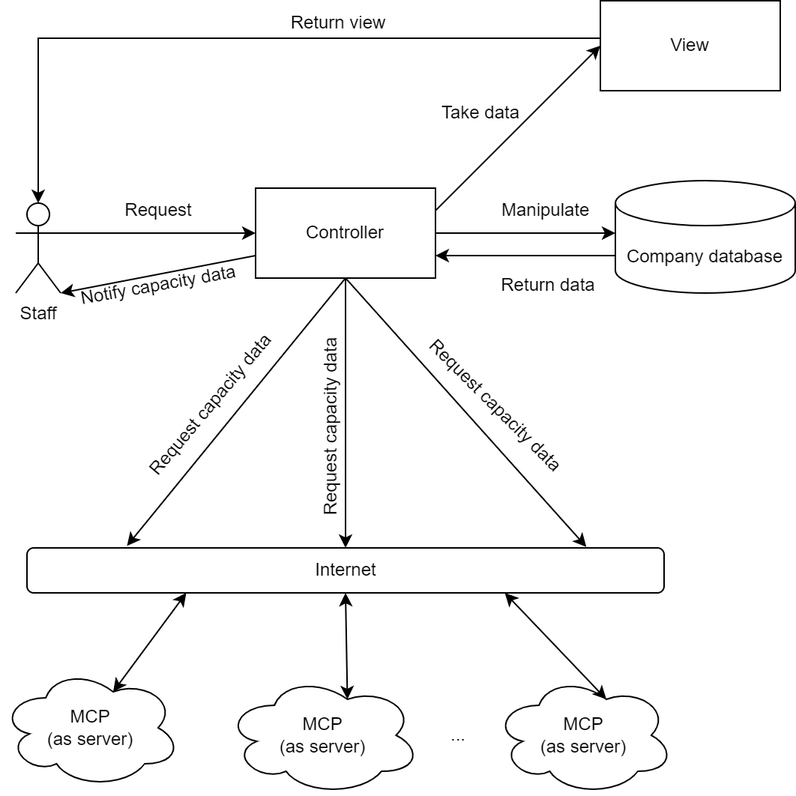
Before: report/imgs/architecture design.png, a diagram exported from draw.io (thoaikun/UWC-2.0). Source tidied: cells renumbered, new cells last; positions are measured from the earlier drawing's top-left corner, leaving out a move shared by most shapes. Source of this version:
```xml
<mxGraphModel>
  <root>
    <mxCell id="0" />
    <mxCell id="1" parent="0" />
    <mxCell id="2" style="rounded=0;jettySize=auto;html=1;entryX=0;entryY=0.5;entryDx=0;entryDy=0;exitX=1;exitY=0.3333333333333333;exitDx=0;exitDy=0;exitPerimeter=0;" parent="1" edge="1" source="3" target="8">
      <mxGeometry relative="1" as="geometry" />
    </mxCell>
    <mxCell id="3" value="Staff" style="shape=umlActor;verticalLabelPosition=bottom;verticalAlign=top;html=1;outlineConnect=0;" parent="1" vertex="1">
      <mxGeometry x="10" y="135" width="30" height="60" as="geometry" />
    </mxCell>
    <mxCell id="4" style="edgeStyle=none;rounded=0;jettySize=auto;html=1;exitX=1;exitY=0.25;exitDx=0;exitDy=0;entryX=0;entryY=0.5;entryDx=0;entryDy=0;" parent="1" edge="1" source="8" target="11">
      <mxGeometry relative="1" as="geometry" />
    </mxCell>
    <mxCell id="5" style="edgeStyle=none;rounded=0;jettySize=auto;html=1;exitX=0.5;exitY=1;exitDx=0;exitDy=0;entryX=0.157;entryY=-0.044;entryDx=0;entryDy=0;entryPerimeter=0;" parent="1" edge="1" source="8" target="24">
      <mxGeometry relative="1" as="geometry" />
    </mxCell>
    <mxCell id="6" style="edgeStyle=none;rounded=0;jettySize=auto;html=1;exitX=0.5;exitY=1;exitDx=0;exitDy=0;entryX=0.5;entryY=0;entryDx=0;entryDy=0;" parent="1" edge="1" source="8" target="24">
      <mxGeometry relative="1" as="geometry" />
    </mxCell>
    <mxCell id="7" style="edgeStyle=none;rounded=0;jettySize=auto;html=1;exitX=0.5;exitY=1;exitDx=0;exitDy=0;entryX=0.878;entryY=-0.022;entryDx=0;entryDy=0;entryPerimeter=0;" parent="1" edge="1" source="8" target="24">
      <mxGeometry relative="1" as="geometry" />
    </mxCell>
    <mxCell id="8" value="Controller" style="rounded=0;whiteSpace=wrap;html=1;" parent="1" vertex="1">
      <mxGeometry x="170" y="125" width="120" height="60" as="geometry" />
    </mxCell>
    <mxCell id="9" style="endArrow=classic;html=1;rounded=0;exitX=1;exitY=0.5;exitDx=0;exitDy=0;" parent="1" edge="1" source="8">
      <mxGeometry relative="1" as="geometry">
        <mxPoint x="410" y="155" as="targetPoint" />
      </mxGeometry>
    </mxCell>
    <mxCell id="10" style="edgeStyle=none;rounded=0;jettySize=auto;html=1;exitX=0;exitY=0.5;exitDx=0;exitDy=0;entryX=0.5;entryY=0;entryDx=0;entryDy=0;entryPerimeter=0;" parent="1" edge="1" source="11" target="3">
      <mxGeometry relative="1" as="geometry">
        <Array as="points">
          <mxPoint x="440" y="25" />
          <mxPoint x="25" y="25" />
          <mxPoint x="25" y="45" />
        </Array>
      </mxGeometry>
    </mxCell>
    <mxCell id="11" value="View" style="rounded=0;whiteSpace=wrap;html=1;" parent="1" vertex="1">
      <mxGeometry x="400" width="120" height="60" as="geometry" />
    </mxCell>
    <mxCell id="12" value="Company database" style="shape=cylinder3;whiteSpace=wrap;html=1;boundedLbl=1;backgroundOutline=1;size=15;" parent="1" vertex="1">
      <mxGeometry x="410" y="120" width="120" height="75" as="geometry" />
    </mxCell>
    <mxCell id="13" style="endArrow=classic;html=1;rounded=0;entryX=1;entryY=0.75;entryDx=0;entryDy=0;" parent="1" edge="1" target="8">
      <mxGeometry relative="1" as="geometry">
        <mxPoint x="410" y="170" as="sourcePoint" />
      </mxGeometry>
    </mxCell>
    <mxCell id="14" value="Request" style="text;html=1;align=center;verticalAlign=middle;strokeColor=none;fillColor=none;" parent="1" vertex="1">
      <mxGeometry x="70" y="125" width="70" height="30" as="geometry" />
    </mxCell>
    <mxCell id="15" value="Manipulate&amp;nbsp;" style="text;html=1;align=center;verticalAlign=middle;strokeColor=none;fillColor=none;" parent="1" vertex="1">
      <mxGeometry x="320" y="125" width="90" height="30" as="geometry" />
    </mxCell>
    <mxCell id="16" value="Return data" style="text;html=1;align=center;verticalAlign=middle;points=[];strokeColor=none;fillColor=none;" parent="1" vertex="1">
      <mxGeometry x="320" y="175" width="90" height="30" as="geometry" />
    </mxCell>
    <mxCell id="17" value="Take data" style="text;html=1;align=center;verticalAlign=middle;points=[];strokeColor=none;fillColor=none;" parent="1" vertex="1">
      <mxGeometry x="280" y="60" width="80" height="30" as="geometry" />
    </mxCell>
    <mxCell id="18" value="Return view" style="text;html=1;align=center;verticalAlign=middle;points=[];strokeColor=none;fillColor=none;" parent="1" vertex="1">
      <mxGeometry x="180" width="90" height="30" as="geometry" />
    </mxCell>
    <mxCell id="19" value="MCP&lt;br&gt;&amp;nbsp;(as server)&amp;nbsp;" style="ellipse;shape=cloud;whiteSpace=wrap;html=1;" parent="1" vertex="1">
      <mxGeometry y="445" width="120" height="80" as="geometry" />
    </mxCell>
    <mxCell id="20" value="MCP&lt;br&gt;&amp;nbsp;(as server)&amp;nbsp;" style="ellipse;shape=cloud;whiteSpace=wrap;html=1;" parent="1" vertex="1">
      <mxGeometry x="150" y="450" width="130" height="80" as="geometry" />
    </mxCell>
    <mxCell id="21" value="MCP&lt;br&gt;&amp;nbsp;(as server)&amp;nbsp;" style="ellipse;shape=cloud;whiteSpace=wrap;html=1;" parent="1" vertex="1">
      <mxGeometry x="329" y="450" width="120" height="80" as="geometry" />
    </mxCell>
    <mxCell id="22" value="..." style="text;html=1;align=center;verticalAlign=middle;strokeColor=none;fillColor=none;" parent="1" vertex="1">
      <mxGeometry x="290" y="475" width="30" height="30" as="geometry" />
    </mxCell>
    <mxCell id="23" style="edgeStyle=none;rounded=0;jettySize=auto;html=1;exitX=0.75;exitY=1;exitDx=0;exitDy=0;entryX=0.625;entryY=0.2;entryDx=0;entryDy=0;entryPerimeter=0;startArrow=classic;startFill=1;" parent="1" edge="1" source="24" target="21">
      <mxGeometry relative="1" as="geometry" />
    </mxCell>
    <mxCell id="24" value="Internet" style="rounded=1;whiteSpace=wrap;html=1;" parent="1" vertex="1">
      <mxGeometry x="17.5" y="365" width="425" height="30" as="geometry" />
    </mxCell>
    <mxCell id="25" style="endArrow=classic;startArrow=classic;html=1;rounded=0;exitX=0.625;exitY=0.2;exitDx=0;exitDy=0;exitPerimeter=0;entryX=0.25;entryY=1;entryDx=0;entryDy=0;" parent="1" edge="1" source="19" target="24">
      <mxGeometry relative="1" as="geometry" />
    </mxCell>
    <mxCell id="26" value="Request capacity data" style="text;html=1;align=center;verticalAlign=middle;strokeColor=none;fillColor=none;rotation=-50;" parent="1" vertex="1">
      <mxGeometry x="70" y="255" width="140" height="30" as="geometry" />
    </mxCell>
    <mxCell id="27" style="endArrow=classic;startArrow=classic;html=1;rounded=0;exitX=0.625;exitY=0.2;exitDx=0;exitDy=0;exitPerimeter=0;entryX=0.5;entryY=1;entryDx=0;entryDy=0;" parent="1" edge="1" source="20" target="24">
      <mxGeometry relative="1" as="geometry" />
    </mxCell>
    <mxCell id="28" style="edgeStyle=none;rounded=0;orthogonalLoop=1;jettySize=auto;html=1;exitX=0;exitY=0;exitDx=0;exitDy=15;exitPerimeter=0;startArrow=classic;startFill=1;" parent="1" edge="1" source="12" target="12">
      <mxGeometry relative="1" as="geometry" />
    </mxCell>
    <mxCell id="29" style="endArrow=classic;html=1;rounded=0;exitX=0;exitY=0.75;exitDx=0;exitDy=0;entryX=1;entryY=1;entryDx=0;entryDy=0;entryPerimeter=0;" parent="1" edge="1" source="8" target="3">
      <mxGeometry relative="1" as="geometry" />
    </mxCell>
    <mxCell id="30" value="Notify capacity data" style="text;html=1;align=center;verticalAlign=middle;strokeColor=none;fillColor=none;rotation=-10;" parent="1" vertex="1">
      <mxGeometry x="40" y="175" width="130" height="30" as="geometry" />
    </mxCell>
    <mxCell id="31" value="Request capacity data" style="text;html=1;align=center;verticalAlign=middle;strokeColor=none;fillColor=none;rotation=-90;" parent="1" vertex="1">
      <mxGeometry x="150" y="269.8" width="140" height="30" as="geometry" />
    </mxCell>
    <mxCell id="32" value="Request capacity data" style="text;html=1;align=center;verticalAlign=middle;strokeColor=none;fillColor=none;rotation=45;" parent="1" vertex="1">
      <mxGeometry x="260" y="255" width="140" height="30" as="geometry" />
    </mxCell>
  </root>
</mxGraphModel>
```
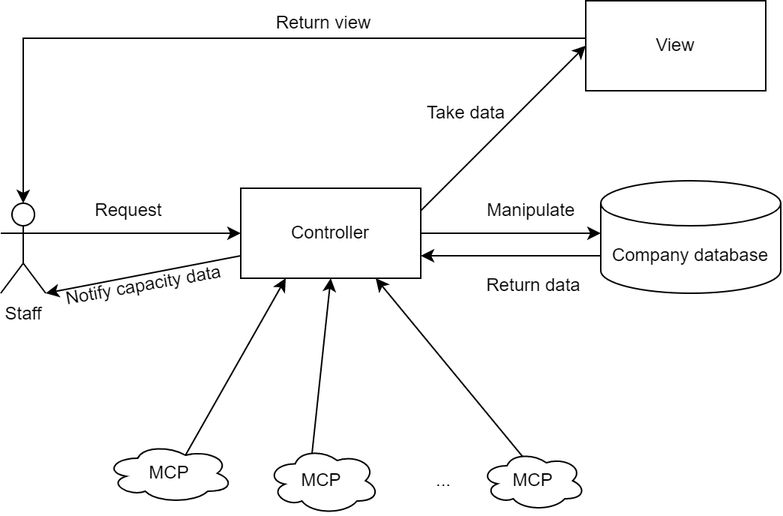
Above is the later version.

Commit message:
update architecture design, update description table

Diff of the diagram source:
```diff
@@ -2,108 +2,87 @@
   <root>
     <mxCell id="0" />
     <mxCell id="1" parent="0" />
-    <mxCell id="2" style="rounded=0;jettySize=auto;html=1;entryX=0;entryY=0.5;entryDx=0;entryDy=0;exitX=1;exitY=0.3333333333333333;exitDx=0;exitDy=0;exitPerimeter=0;" parent="1" edge="1" source="3" target="8">
+    <mxCell id="2" style="rounded=0;jettySize=auto;html=1;entryX=0;entryY=0.5;entryDx=0;entryDy=0;exitX=1;exitY=0.3333333333333333;exitDx=0;exitDy=0;exitPerimeter=0;" parent="1" edge="1" source="3" target="5">
       <mxGeometry relative="1" as="geometry" />
     </mxCell>
     <mxCell id="3" value="Staff" style="shape=umlActor;verticalLabelPosition=bottom;verticalAlign=top;html=1;outlineConnect=0;" parent="1" vertex="1">
       <mxGeometry x="10" y="135" width="30" height="60" as="geometry" />
     </mxCell>
-    <mxCell id="4" style="edgeStyle=none;rounded=0;jettySize=auto;html=1;exitX=1;exitY=0.25;exitDx=0;exitDy=0;entryX=0;entryY=0.5;entryDx=0;entryDy=0;" parent="1" edge="1" source="8" target="11">
+    <mxCell id="4" style="edgeStyle=none;rounded=0;jettySize=auto;html=1;exitX=1;exitY=0.25;exitDx=0;exitDy=0;entryX=0;entryY=0.5;entryDx=0;entryDy=0;" parent="1" edge="1" source="5" target="8">
       <mxGeometry relative="1" as="geometry" />
     </mxCell>
-    <mxCell id="5" style="edgeStyle=none;rounded=0;jettySize=auto;html=1;exitX=0.5;exitY=1;exitDx=0;exitDy=0;entryX=0.157;entryY=-0.044;entryDx=0;entryDy=0;entryPerimeter=0;" parent="1" edge="1" source="8" target="24">
-      <mxGeometry relative="1" as="geometry" />
+    <mxCell id="5" value="Controller" style="rounded=0;whiteSpace=wrap;html=1;" parent="1" vertex="1">
+      <mxGeometry x="170" y="125" width="120" height="60" as="geometry" />
     </mxCell>
-    <mxCell id="6" style="edgeStyle=none;rounded=0;jettySize=auto;html=1;exitX=0.5;exitY=1;exitDx=0;exitDy=0;entryX=0.5;entryY=0;entryDx=0;entryDy=0;" parent="1" edge="1" source="8" target="24">
-      <mxGeometry relative="1" as="geometry" />
+    <mxCell id="6" style="endArrow=classic;html=1;rounded=0;exitX=1;exitY=0.5;exitDx=0;exitDy=0;" parent="1" edge="1" source="5">
+      <mxGeometry relative="1" as="geometry">
+        <mxPoint x="410" y="155" as="targetPoint" />
+      </mxGeometry>
     </mxCell>
-    <mxCell id="7" style="edgeStyle=none;rounded=0;jettySize=auto;html=1;exitX=0.5;exitY=1;exitDx=0;exitDy=0;entryX=0.878;entryY=-0.022;entryDx=0;entryDy=0;entryPerimeter=0;" parent="1" edge="1" source="8" target="24">
-      <mxGeometry relative="1" as="geometry" />
+    <mxCell id="7" style="edgeStyle=none;rounded=0;jettySize=auto;html=1;exitX=0;exitY=0.5;exitDx=0;exitDy=0;entryX=0.5;entryY=0;entryDx=0;entryDy=0;entryPerimeter=0;" parent="1" edge="1" source="8" target="3">
+      <mxGeometry relative="1" as="geometry">
+        <Array as="points">
+          <mxPoint x="440" y="25" />
+          <mxPoint x="25" y="25" />
+          <mxPoint x="25" y="45" />
+        </Array>
+      </mxGeometry>
     </mxCell>
-    <mxCell id="8" value="Controller" style="rounded=0;whiteSpace=wrap;html=1;" parent="1" vertex="1">
-      <mxGeometry x="170" y="125" width="120" height="60" as="geometry" />
+    <mxCell id="8" value="View" style="rounded=0;whiteSpace=wrap;html=1;" parent="1" vertex="1">
+      <mxGeometry x="400" width="120" height="60" as="geometry" />
     </mxCell>
-    <mxCell id="9" style="endArrow=classic;html=1;rounded=0;exitX=1;exitY=0.5;exitDx=0;exitDy=0;" parent="1" edge="1" source="8">
-      <mxGeometry relative="1" as="geometry">
-        <mxPoint x="410" y="155" as="targetPoint" />
-      </mxGeometry>
+    <mxCell id="9" value="Company database" style="shape=cylinder3;whiteSpace=wrap;html=1;boundedLbl=1;backgroundOutline=1;size=15;" parent="1" vertex="1">
+      <mxGeometry x="410" y="120" width="120" height="75" as="geometry" />
     </mxCell>
-    <mxCell id="10" style="edgeStyle=none;rounded=0;jettySize=auto;html=1;exitX=0;exitY=0.5;exitDx=0;exitDy=0;entryX=0.5;entryY=0;entryDx=0;entryDy=0;entryPerimeter=0;" parent="1" edge="1" source="11" target="3">
+    <mxCell id="10" style="endArrow=classic;html=1;rounded=0;entryX=1;entryY=0.75;entryDx=0;entryDy=0;" parent="1" edge="1" target="5">
       <mxGeometry relative="1" as="geometry">
-        <Array as="points">
-          <mxPoint x="440" y="25" />
-          <mxPoint x="25" y="25" />
-          <mxPoint x="25" y="45" />
-        </Array>
+        <mxPoint x="410" y="170" as="sourcePoint" />
       </mxGeometry>
     </mxCell>
-    <mxCell id="11" value="View" style="rounded=0;whiteSpace=wrap;html=1;" parent="1" vertex="1">
-      <mxGeometry x="400" width="120" height="60" as="geometry" />
+    <mxCell id="11" value="Request" style="text;html=1;align=center;verticalAlign=middle;points=[];strokeColor=none;fillColor=none;" parent="1" vertex="1">
+      <mxGeometry x="60" y="125" width="70" height="30" as="geometry" />
     </mxCell>
-    <mxCell id="12" value="Company database" style="shape=cylinder3;whiteSpace=wrap;html=1;boundedLbl=1;backgroundOutline=1;size=15;" parent="1" vertex="1">
-      <mxGeometry x="410" y="120" width="120" height="75" as="geometry" />
+    <mxCell id="12" value="Manipulate&amp;nbsp;" style="text;html=1;align=center;verticalAlign=middle;points=[];strokeColor=none;fillColor=none;" parent="1" vertex="1">
+      <mxGeometry x="320" y="125" width="90" height="30" as="geometry" />
     </mxCell>
-    <mxCell id="13" style="endArrow=classic;html=1;rounded=0;entryX=1;entryY=0.75;entryDx=0;entryDy=0;" parent="1" edge="1" target="8">
-      <mxGeometry relative="1" as="geometry">
-        <mxPoint x="410" y="170" as="sourcePoint" />
-      </mxGeometry>
+    <mxCell id="13" value="Return data" style="text;html=1;align=center;verticalAlign=middle;strokeColor=none;fillColor=none;" parent="1" vertex="1">
+      <mxGeometry x="320" y="175" width="90" height="30" as="geometry" />
     </mxCell>
-    <mxCell id="14" value="Request" style="text;html=1;align=center;verticalAlign=middle;strokeColor=none;fillColor=none;" parent="1" vertex="1">
-      <mxGeometry x="70" y="125" width="70" height="30" as="geometry" />
+    <mxCell id="14" value="Take data" style="text;html=1;align=center;verticalAlign=middle;strokeColor=none;fillColor=none;" parent="1" vertex="1">
+      <mxGeometry x="280" y="60" width="80" height="30" as="geometry" />
     </mxCell>
-    <mxCell id="15" value="Manipulate&amp;nbsp;" style="text;html=1;align=center;verticalAlign=middle;strokeColor=none;fillColor=none;" parent="1" vertex="1">
-      <mxGeometry x="320" y="125" width="90" height="30" as="geometry" />
+    <mxCell id="15" value="Return view" style="text;html=1;align=center;verticalAlign=middle;strokeColor=none;fillColor=none;" parent="1" vertex="1">
+      <mxGeometry x="180" width="90" height="30" as="geometry" />
     </mxCell>
-    <mxCell id="16" value="Return data" style="text;html=1;align=center;verticalAlign=middle;points=[];strokeColor=none;fillColor=none;" parent="1" vertex="1">
-      <mxGeometry x="320" y="175" width="90" height="30" as="geometry" />
+    <mxCell id="16" value="MCP" style="ellipse;shape=cloud;whiteSpace=wrap;html=1;" parent="1" vertex="1">
+      <mxGeometry x="80" y="295" width="85" height="40" as="geometry" />
     </mxCell>
-    <mxCell id="17" value="Take data" style="text;html=1;align=center;verticalAlign=middle;points=[];strokeColor=none;fillColor=none;" parent="1" vertex="1">
-      <mxGeometry x="280" y="60" width="80" height="30" as="geometry" />
+    <mxCell id="17" value="MCP&amp;nbsp;" style="ellipse;shape=cloud;whiteSpace=wrap;html=1;" parent="1" vertex="1">
+      <mxGeometry x="187.5" y="297.5" width="75" height="45" as="geometry" />
     </mxCell>
-    <mxCell id="18" value="Return view" style="text;html=1;align=center;verticalAlign=middle;points=[];strokeColor=none;fillColor=none;" parent="1" vertex="1">
-      <mxGeometry x="180" width="90" height="30" as="geometry" />
+    <mxCell id="18" value="MCP&lt;br&gt;" style="ellipse;shape=cloud;whiteSpace=wrap;html=1;" parent="1" vertex="1">
+      <mxGeometry x="330" y="300" width="70" height="40" as="geometry" />
     </mxCell>
-    <mxCell id="19" value="MCP&lt;br&gt;&amp;nbsp;(as server)&amp;nbsp;" style="ellipse;shape=cloud;whiteSpace=wrap;html=1;" parent="1" vertex="1">
-      <mxGeometry y="445" width="120" height="80" as="geometry" />
+    <mxCell id="19" value="..." style="text;html=1;align=center;verticalAlign=middle;points=[];strokeColor=none;fillColor=none;" parent="1" vertex="1">
+      <mxGeometry x="290" y="305" width="30" height="30" as="geometry" />
     </mxCell>
-    <mxCell id="20" value="MCP&lt;br&gt;&amp;nbsp;(as server)&amp;nbsp;" style="ellipse;shape=cloud;whiteSpace=wrap;html=1;" parent="1" vertex="1">
-      <mxGeometry x="150" y="450" width="130" height="80" as="geometry" />
+    <mxCell id="20" style="edgeStyle=none;rounded=0;jettySize=auto;html=1;exitX=0.75;exitY=1;exitDx=0;exitDy=0;entryX=0.4;entryY=0.1;entryDx=0;entryDy=0;entryPerimeter=0;startArrow=classic;startFill=1;endArrow=none;endFill=0;" parent="1" edge="1" source="5" target="18">
+      <mxGeometry relative="1" as="geometry" />
     </mxCell>
-    <mxCell id="21" value="MCP&lt;br&gt;&amp;nbsp;(as server)&amp;nbsp;" style="ellipse;shape=cloud;whiteSpace=wrap;html=1;" parent="1" vertex="1">
-      <mxGeometry x="329" y="450" width="120" height="80" as="geometry" />
+    <mxCell id="21" style="endArrow=classic;startArrow=none;html=1;rounded=0;exitX=0.625;exitY=0.2;exitDx=0;exitDy=0;exitPerimeter=0;entryX=0.25;entryY=1;entryDx=0;entryDy=0;startFill=0;" parent="1" edge="1" source="16" target="5">
+      <mxGeometry relative="1" as="geometry" />
     </mxCell>
-    <mxCell id="22" value="..." style="text;html=1;align=center;verticalAlign=middle;strokeColor=none;fillColor=none;" parent="1" vertex="1">
-      <mxGeometry x="290" y="475" width="30" height="30" as="geometry" />
+    <mxCell id="22" style="endArrow=classic;startArrow=none;html=1;rounded=0;exitX=0.4;exitY=0.1;exitDx=0;exitDy=0;exitPerimeter=0;entryX=0.5;entryY=1;entryDx=0;entryDy=0;startFill=0;" parent="1" edge="1" source="17" target="5">
+      <mxGeometry relative="1" as="geometry" />
     </mxCell>
-    <mxCell id="23" style="edgeStyle=none;rounded=0;jettySize=auto;html=1;exitX=0.75;exitY=1;exitDx=0;exitDy=0;entryX=0.625;entryY=0.2;entryDx=0;entryDy=0;entryPerimeter=0;startArrow=classic;startFill=1;" parent="1" edge="1" source="24" target="21">
+    <mxCell id="23" style="edgeStyle=none;rounded=0;orthogonalLoop=1;jettySize=auto;html=1;exitX=0;exitY=0;exitDx=0;exitDy=15;exitPerimeter=0;startArrow=classic;startFill=1;" parent="1" edge="1" source="9" target="9">
       <mxGeometry relative="1" as="geometry" />
     </mxCell>
-    <mxCell id="24" value="Internet" style="rounded=1;whiteSpace=wrap;html=1;" parent="1" vertex="1">
-      <mxGeometry x="17.5" y="365" width="425" height="30" as="geometry" />
+    <mxCell id="24" style="endArrow=classic;html=1;rounded=0;exitX=0;exitY=0.75;exitDx=0;exitDy=0;entryX=1;entryY=1;entryDx=0;entryDy=0;entryPerimeter=0;" parent="1" edge="1" source="5" target="3">
+      <mxGeometry relative="1" as="geometry" />
     </mxCell>
-    <mxCell id="25" style="endArrow=classic;startArrow=classic;html=1;rounded=0;exitX=0.625;exitY=0.2;exitDx=0;exitDy=0;exitPerimeter=0;entryX=0.25;entryY=1;entryDx=0;entryDy=0;" parent="1" edge="1" source="19" target="24">
-      <mxGeometry relative="1" as="geometry" />
+    <mxCell id="25" value="Notify capacity data" style="text;html=1;align=center;verticalAlign=middle;strokeColor=none;fillColor=none;rotation=-10;" parent="1" vertex="1">
+      <mxGeometry x="40" y="175" width="130" height="30" as="geometry" />
     </mxCell>
-    <mxCell id="26" value="Request capacity data" style="text;html=1;align=center;verticalAlign=middle;strokeColor=none;fillColor=none;rotation=-50;" parent="1" vertex="1">
-      <mxGeometry x="70" y="255" width="140" height="30" as="geometry" />
-    </mxCell>
-    <mxCell id="27" style="endArrow=classic;startArrow=classic;html=1;rounded=0;exitX=0.625;exitY=0.2;exitDx=0;exitDy=0;exitPerimeter=0;entryX=0.5;entryY=1;entryDx=0;entryDy=0;" parent="1" edge="1" source="20" target="24">
-      <mxGeometry relative="1" as="geometry" />
-    </mxCell>
-    <mxCell id="28" style="edgeStyle=none;rounded=0;orthogonalLoop=1;jettySize=auto;html=1;exitX=0;exitY=0;exitDx=0;exitDy=15;exitPerimeter=0;startArrow=classic;startFill=1;" parent="1" edge="1" source="12" target="12">
-      <mxGeometry relative="1" as="geometry" />
-    </mxCell>
-    <mxCell id="29" style="endArrow=classic;html=1;rounded=0;exitX=0;exitY=0.75;exitDx=0;exitDy=0;entryX=1;entryY=1;entryDx=0;entryDy=0;entryPerimeter=0;" parent="1" edge="1" source="8" target="3">
-      <mxGeometry relative="1" as="geometry" />
-    </mxCell>
-    <mxCell id="30" value="Notify capacity data" style="text;html=1;align=center;verticalAlign=middle;strokeColor=none;fillColor=none;rotation=-10;" parent="1" vertex="1">
-      <mxGeometry x="40" y="175" width="130" height="30" as="geometry" />
-    </mxCell>
-    <mxCell id="31" value="Request capacity data" style="text;html=1;align=center;verticalAlign=middle;strokeColor=none;fillColor=none;rotation=-90;" parent="1" vertex="1">
-      <mxGeometry x="150" y="269.8" width="140" height="30" as="geometry" />
-    </mxCell>
-    <mxCell id="32" value="Request capacity data" style="text;html=1;align=center;verticalAlign=middle;strokeColor=none;fillColor=none;rotation=45;" parent="1" vertex="1">
-      <mxGeometry x="260" y="255" width="140" height="30" as="geometry" />
-    </mxCell>
   </root>
 </mxGraphModel>
```
